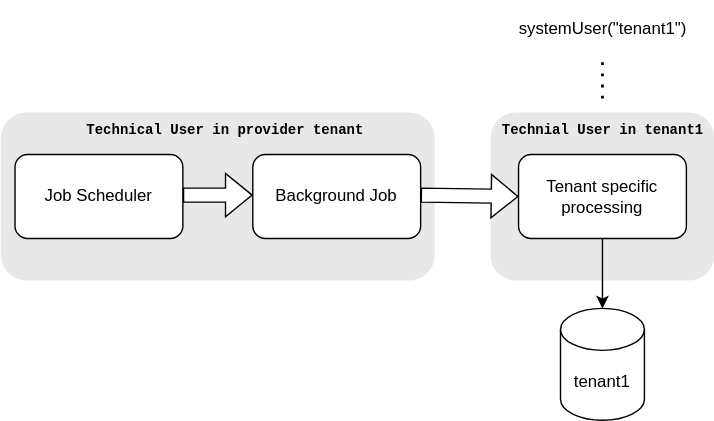
cap-js/docs keeps this draw.io diagram as java/assets/switchtenant.drawio.svg. Above is the earlier version. Source tidied: cells renumbered, new cells last; positions are measured from the earlier drawing's top-left corner, leaving out a move shared by most shapes.
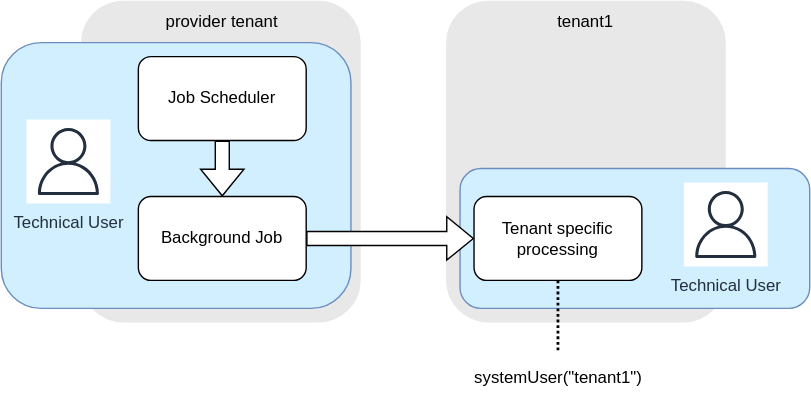
Later version of the same file.

What changed in the source:
```diff
@@ -2,49 +2,50 @@
   <root>
     <mxCell id="0" />
     <mxCell id="1" parent="0" />
+    <mxCell id="4" style="rounded=1;whiteSpace=wrap;html=1;fillColor=#E8E8E8;strokeColor=none;" parent="1" vertex="1">
+      <mxGeometry x="-31" y="70" width="200" height="230" as="geometry" />
+    </mxCell>
+    <mxCell id="15" style="rounded=1;whiteSpace=wrap;html=1;fillColor=#d1efff;strokeColor=#6c8ebf;" parent="1" vertex="1">
+      <mxGeometry x="-88" y="100" width="250" height="190" as="geometry" />
+    </mxCell>
+    <mxCell id="16" value="Technical User" style="sketch=0;fontColor=#232F3E;gradientColor=none;strokeColor=#232F3E;fillColor=#ffffff;dashed=0;verticalLabelPosition=bottom;verticalAlign=top;align=center;html=1;fontSize=12;fontStyle=0;shape=mxgraph.aws4.resourceIcon;resIcon=mxgraph.aws4.user;" parent="1" vertex="1">
+      <mxGeometry x="-70" y="155" width="60" height="60" as="geometry" />
+    </mxCell>
     <mxCell id="2" style="rounded=1;whiteSpace=wrap;html=1;fillColor=#E8E8E8;strokeColor=none;" parent="1" vertex="1">
-      <mxGeometry x="350" y="80" width="160" height="120" as="geometry" />
+      <mxGeometry x="230" y="70" width="200" height="230" as="geometry" />
     </mxCell>
-    <mxCell id="3" value="&lt;pre&gt;&lt;font style=&quot;font-size: 10px;&quot;&gt;Technial User in tenant1&lt;/font&gt;&lt;/pre&gt;" style="text;strokeColor=none;fillColor=none;html=1;fontSize=24;fontStyle=1;verticalAlign=middle;align=center;" parent="1" vertex="1">
-      <mxGeometry x="380" y="70" width="100" height="40" as="geometry" />
-    </mxCell>
-    <mxCell id="4" style="rounded=1;whiteSpace=wrap;html=1;fillColor=#E8E8E8;strokeColor=none;" parent="1" vertex="1">
-      <mxGeometry y="80" width="310" height="120" as="geometry" />
-    </mxCell>
+    <mxCell id="17" style="rounded=1;whiteSpace=wrap;html=1;fillColor=#d1efff;strokeColor=#6c8ebf;" parent="1" vertex="1">
+      <mxGeometry x="240" y="190" width="250" height="100" as="geometry" />
+    </mxCell>
+    <mxCell id="18" value="Technical User" style="sketch=0;fontColor=#232F3E;gradientColor=none;strokeColor=#232F3E;fillColor=#ffffff;dashed=0;verticalLabelPosition=bottom;verticalAlign=top;align=center;html=1;fontSize=12;fontStyle=0;shape=mxgraph.aws4.resourceIcon;resIcon=mxgraph.aws4.user;" parent="1" vertex="1">
+      <mxGeometry x="400" y="200" width="60" height="60" as="geometry" />
+    </mxCell>
     <mxCell id="5" value="Background Job" style="rounded=1;whiteSpace=wrap;html=1;" parent="1" vertex="1">
-      <mxGeometry x="180" y="110" width="120" height="60" as="geometry" />
+      <mxGeometry x="10" y="210" width="120" height="60" as="geometry" />
     </mxCell>
     <mxCell id="6" value="Job Scheduler" style="rounded=1;whiteSpace=wrap;html=1;" parent="1" vertex="1">
       <mxGeometry x="10" y="110" width="120" height="60" as="geometry" />
     </mxCell>
-    <mxCell id="7" style="shape=flexArrow;endArrow=classic;html=1;rounded=0;entryX=0;entryY=0.5;entryDx=0;entryDy=0;exitX=1;exitY=0.5;exitDx=0;exitDy=0;fillColor=#FFFFFF;" parent="1" edge="1">
-      <mxGeometry relative="1" as="geometry">
-        <mxPoint x="130" y="139" as="sourcePoint" />
-        <mxPoint x="180" y="139" as="targetPoint" />
-      </mxGeometry>
+    <mxCell id="7" style="shape=flexArrow;endArrow=classic;html=1;rounded=0;entryX=0.5;entryY=0;entryDx=0;entryDy=0;exitX=0.5;exitY=1;exitDx=0;exitDy=0;fillColor=#FFFFFF;" parent="1" edge="1" source="6" target="5">
+      <mxGeometry relative="1" as="geometry" />
     </mxCell>
     <mxCell id="8" value="Tenant specific processing" style="rounded=1;whiteSpace=wrap;html=1;" parent="1" vertex="1">
-      <mxGeometry x="370" y="110" width="120" height="60" as="geometry" />
+      <mxGeometry x="250" y="210" width="120" height="60" as="geometry" />
     </mxCell>
-    <mxCell id="9" value="tenant1" style="shape=cylinder3;whiteSpace=wrap;html=1;boundedLbl=1;backgroundOutline=1;size=15;" parent="1" vertex="1">
-      <mxGeometry x="400" y="220" width="60" height="80" as="geometry" />
-    </mxCell>
-    <mxCell id="10" value="&lt;pre&gt;&lt;font style=&quot;font-size: 10px;&quot;&gt;Technical User in provider tenant&lt;/font&gt;&lt;/pre&gt;" style="text;strokeColor=none;fillColor=none;html=1;fontSize=24;fontStyle=1;verticalAlign=middle;align=center;" parent="1" vertex="1">
-      <mxGeometry x="110" y="70" width="100" height="40" as="geometry" />
-    </mxCell>
-    <mxCell id="11" style="shape=flexArrow;endArrow=classic;html=1;rounded=0;entryX=0;entryY=0.5;entryDx=0;entryDy=0;exitX=1;exitY=0.5;exitDx=0;exitDy=0;fillColor=#FFFFFF;" parent="1" edge="1" target="8">
-      <mxGeometry relative="1" as="geometry">
-        <mxPoint x="300" y="139" as="sourcePoint" />
-      </mxGeometry>
+    <mxCell id="11" style="shape=flexArrow;endArrow=classic;html=1;rounded=0;entryX=0;entryY=0.5;entryDx=0;entryDy=0;exitX=1;exitY=0.5;exitDx=0;exitDy=0;fillColor=#FFFFFF;" parent="1" edge="1" source="5" target="8">
+      <mxGeometry relative="1" as="geometry" />
     </mxCell>
-    <mxCell id="12" style="endArrow=classic;html=1;rounded=0;entryX=0.5;entryY=0;entryDx=0;entryDy=0;entryPerimeter=0;exitX=0.5;exitY=1;exitDx=0;exitDy=0;" parent="1" edge="1" source="8" target="9">
-      <mxGeometry relative="1" as="geometry" />
-    </mxCell>
-    <mxCell id="13" value="systemUser(&quot;tenant1&quot;)" style="text;strokeColor=none;fillColor=none;html=1;fontSize=12;fontStyle=0;verticalAlign=middle;align=center;" parent="1" vertex="1">
-      <mxGeometry x="380" width="100" height="40" as="geometry" />
+    <mxCell id="13" value="systemUser(&quot;tenant1&quot;)" style="text;strokeColor=none;fillColor=none;html=1;fontSize=12;fontStyle=0;verticalAlign=middle;align=center;glass=0;rounded=0;dashed=1;dashPattern=1 1;" parent="1" vertex="1">
+      <mxGeometry x="230" y="320" width="160" height="40" as="geometry" />
     </mxCell>
-    <mxCell id="14" style="endArrow=none;dashed=1;html=1;dashPattern=1 3;strokeWidth=2;rounded=0;entryX=0.5;entryY=1;entryDx=0;entryDy=0;" parent="1" edge="1" source="3" target="13">
+    <mxCell id="14" style="endArrow=none;html=1;strokeWidth=2;rounded=0;entryX=0.5;entryY=0;entryDx=0;entryDy=0;exitX=0.5;exitY=1;exitDx=0;exitDy=0;dashed=1;dashPattern=1 1;jumpStyle=none;jumpSize=7;" parent="1" edge="1" source="8" target="13">
       <mxGeometry relative="1" as="geometry" />
     </mxCell>
+    <mxCell id="19" value="provider tenant" style="text;html=1;strokeColor=none;fillColor=none;align=center;verticalAlign=middle;whiteSpace=wrap;rounded=0;" parent="1" vertex="1">
+      <mxGeometry x="-20" y="70" width="180" height="30" as="geometry" />
+    </mxCell>
+    <mxCell id="9" value="tenant1" style="text;html=1;strokeColor=none;fillColor=none;align=center;verticalAlign=middle;whiteSpace=wrap;rounded=0;" parent="1" vertex="1">
+      <mxGeometry x="230" y="70" width="200" height="30" as="geometry" />
+    </mxCell>
   </root>
 </mxGraphModel>
```
